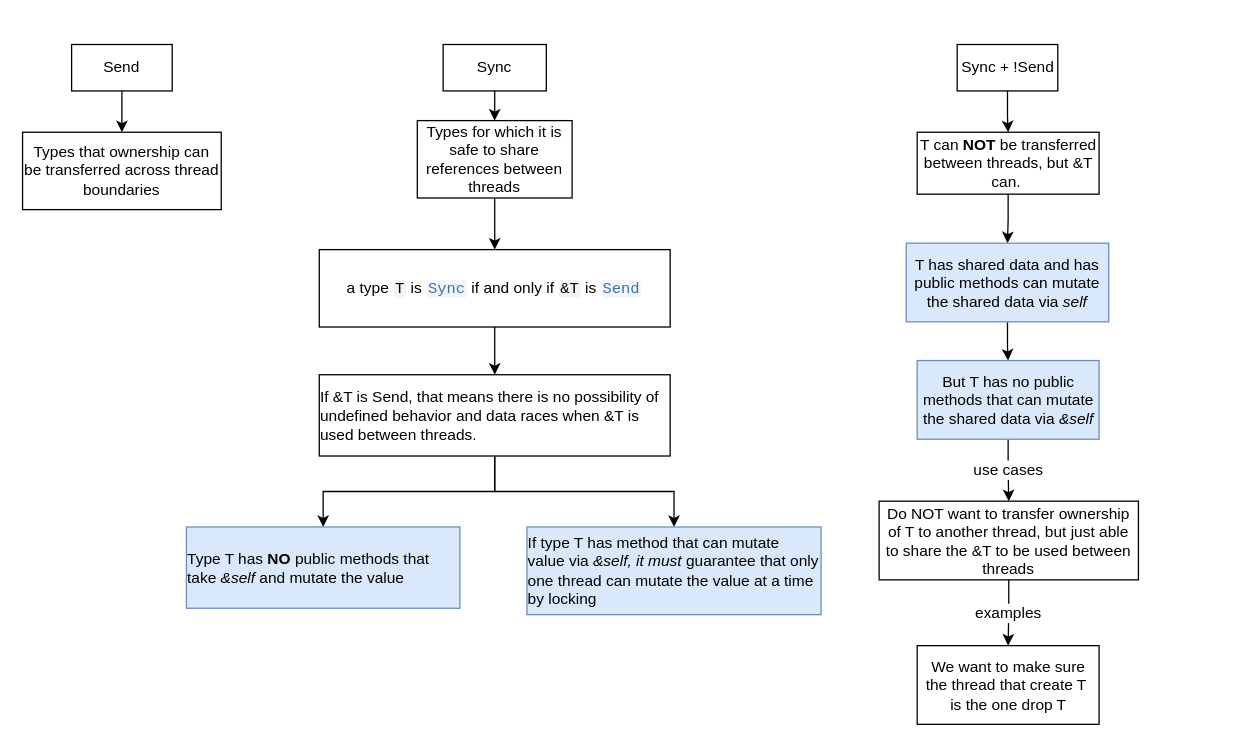
The draw.io diagram page "Send & Sync" (2 of 2) of Rustonomicon.drawio in gftea/rust_lang_notes, before the edit. Source tidied: cells renumbered, new cells numbered last; positions are measured from the earlier drawing's top-left corner, leaving out a move shared by most shapes. Both pictures are drawn from the tidied source at 129%, with x=0, y=0 at pixel (22, 44).
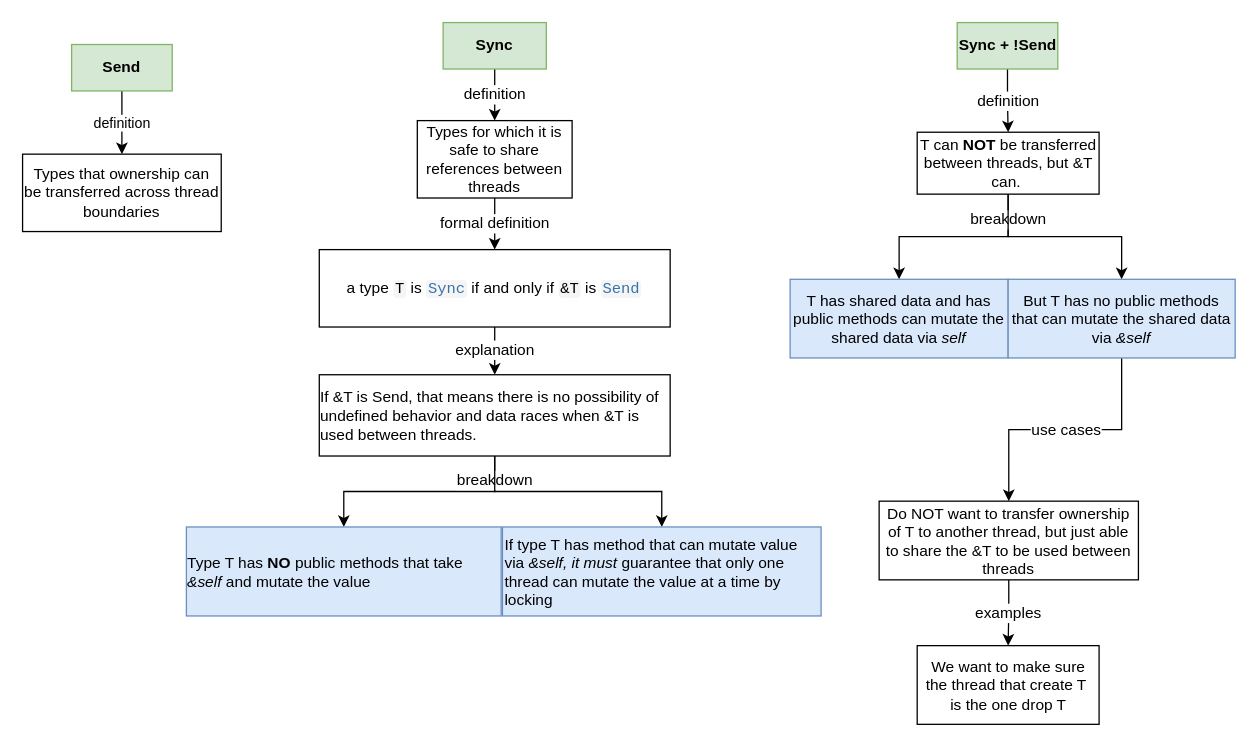
Above is the later version.

The change refers to these unchanged cells:
```xml
<mxCell id="8" value="&lt;span style=&quot;text-align: start;&quot;&gt;&lt;font style=&quot;font-size: 12px;&quot;&gt;Types for which it is safe to share references between threads&lt;/font&gt;&lt;/span&gt;" style="rounded=0;whiteSpace=wrap;html=1;" parent="1" vertex="1">
  <mxGeometry x="306" y="59" width="120" height="60" as="geometry" />
</mxCell>
<mxCell id="10" value="&lt;font style=&quot;font-size: 12px;&quot;&gt;&lt;span style=&quot;text-align: start;&quot;&gt;a type&amp;nbsp;&lt;/span&gt;&lt;code style=&quot;box-sizing: border-box; border-radius: 3px; padding: 0px 0.125em; background-color: rgb(245, 245, 245); text-align: start;&quot;&gt;T&lt;/code&gt;&lt;span style=&quot;text-align: start;&quot;&gt;&amp;nbsp;is&amp;nbsp;&lt;/span&gt;&lt;a style=&quot;box-sizing: border-box; background-image: initial; background-position: initial; background-size: initial; background-repeat: initial; background-attachment: initial; background-origin: initial; background-clip: initial; text-decoration-line: none; color: rgb(56, 115, 173); text-align: start;&quot; title=&quot;Sync&quot; href=&quot;https://doc.rust-lang.org/std/marker/trait.Sync.html&quot;&gt;&lt;code style=&quot;box-sizing: border-box; border-radius: 3px; padding: 0px 0.125em; background-color: rgb(245, 245, 245);&quot;&gt;Sync&lt;/code&gt;&lt;/a&gt;&lt;span style=&quot;text-align: start;&quot;&gt;&amp;nbsp;if and only if&amp;nbsp;&lt;/span&gt;&lt;code style=&quot;box-sizing: border-box; border-radius: 3px; padding: 0px 0.125em; background-color: rgb(245, 245, 245); text-align: start;&quot;&gt;&amp;amp;T&lt;/code&gt;&lt;span style=&quot;text-align: start;&quot;&gt;&amp;nbsp;is&amp;nbsp;&lt;/span&gt;&lt;a style=&quot;box-sizing: border-box; background-image: initial; background-position: initial; background-size: initial; background-repeat: initial; background-attachment: initial; background-origin: initial; background-clip: initial; text-decoration-line: none; color: rgb(56, 115, 173); text-align: start;&quot; title=&quot;Send&quot; href=&quot;https://doc.rust-lang.org/std/marker/trait.Send.html&quot;&gt;&lt;code style=&quot;box-sizing: border-box; border-radius: 3px; padding: 0px 0.125em; background-color: rgb(245, 245, 245);&quot;&gt;Send&lt;/code&gt;&lt;/a&gt;&lt;/font&gt;" style="rounded=0;whiteSpace=wrap;html=1;" parent="1" vertex="1">
  <mxGeometry x="230" y="159" width="272" height="60" as="geometry" />
</mxCell>
<mxCell id="13" value="&lt;div style=&quot;text-align: start;&quot;&gt;If &amp;amp;T is Send, that means there is no possibility of undefined behavior and data races when &amp;amp;T is used between threads.&amp;nbsp;&lt;/div&gt;" style="rounded=0;whiteSpace=wrap;html=1;" parent="1" vertex="1">
  <mxGeometry x="230" y="256" width="272" height="63" as="geometry" />
</mxCell>
<mxCell id="20" value="T can&amp;nbsp;&lt;b&gt;NOT&amp;nbsp;&lt;/b&gt;be transferred between threads, but &amp;amp;T can.&amp;nbsp;" style="rounded=0;whiteSpace=wrap;html=1;" parent="1" vertex="1">
  <mxGeometry x="693.5" y="68" width="141" height="48" as="geometry" />
</mxCell>
```

Change to the diagram source:
```diff
@@
-    <mxCell id="2" style="edgeStyle=orthogonalEdgeStyle;rounded=0;jettySize=auto;html=1;" parent="1" edge="1" source="3" target="4">
+    <mxCell id="2" value="definition" style="edgeStyle=orthogonalEdgeStyle;rounded=0;jettySize=auto;html=1;" parent="1" edge="1" source="3" target="4">
       <mxGeometry relative="1" as="geometry" />
     </mxCell>
-    <mxCell id="3" value="Send" style="rounded=0;whiteSpace=wrap;html=1;" parent="1" vertex="1">
+    <mxCell id="3" value="Send" style="rounded=0;whiteSpace=wrap;html=1;fillColor=#d5e8d4;strokeColor=#82b366;fontStyle=1;" parent="1" vertex="1">
       <mxGeometry x="38" width="78" height="36" as="geometry" />
     </mxCell>
     <mxCell id="4" value="&lt;span style=&quot;text-align: start;&quot;&gt;&lt;font style=&quot;font-size: 12px;&quot;&gt;Types that ownership can be transferred across thread boundaries&lt;/font&gt;&lt;/span&gt;" style="rounded=0;whiteSpace=wrap;html=1;" parent="1" vertex="1">
-      <mxGeometry y="68" width="154" height="60" as="geometry" />
+      <mxGeometry y="85" width="154" height="60" as="geometry" />
     </mxCell>
-    <mxCell id="5" style="edgeStyle=orthogonalEdgeStyle;rounded=0;jettySize=auto;html=1;fontSize=12;fontColor=#000000;" parent="1" edge="1" source="6" target="8">
+    <mxCell id="5" value="definition" style="edgeStyle=orthogonalEdgeStyle;rounded=0;jettySize=auto;html=1;fontSize=12;fontColor=#000000;" parent="1" edge="1" source="6" target="8">
       <mxGeometry relative="1" as="geometry" />
     </mxCell>
-    <mxCell id="6" value="Sync" style="rounded=0;whiteSpace=wrap;html=1;" parent="1" vertex="1">
-      <mxGeometry x="326" width="80" height="36" as="geometry" />
+    <mxCell id="6" value="Sync" style="rounded=0;whiteSpace=wrap;html=1;fillColor=#d5e8d4;strokeColor=#82b366;fontStyle=1;" parent="1" vertex="1">
+      <mxGeometry x="326" y="-17" width="80" height="36" as="geometry" />
     </mxCell>
-    <mxCell id="7" style="edgeStyle=orthogonalEdgeStyle;rounded=0;jettySize=auto;html=1;fontSize=12;fontColor=#000000;" parent="1" edge="1" source="8" target="10">
+    <mxCell id="7" value="formal definition" style="edgeStyle=orthogonalEdgeStyle;rounded=0;jettySize=auto;html=1;fontSize=12;fontColor=#000000;" parent="1" edge="1" source="8" target="10">
       <mxGeometry relative="1" as="geometry" />
     </mxCell>
@@
-    <mxCell id="9" style="edgeStyle=orthogonalEdgeStyle;rounded=0;jettySize=auto;html=1;fontSize=12;" parent="1" edge="1" source="10" target="13">
+    <mxCell id="9" value="explanation" style="edgeStyle=orthogonalEdgeStyle;rounded=0;jettySize=auto;html=1;fontSize=12;" parent="1" edge="1" source="10" target="13">
       <mxGeometry relative="1" as="geometry" />
     </mxCell>
@@
-    <mxCell id="11" style="edgeStyle=orthogonalEdgeStyle;rounded=0;jettySize=auto;html=1;fontSize=12;fontColor=#FF0000;" parent="1" edge="1" source="13" target="14">
-      <mxGeometry relative="1" as="geometry" />
+    <mxCell id="11" value="&lt;font color=&quot;#000000&quot;&gt;breakdown&lt;/font&gt;" style="edgeStyle=orthogonalEdgeStyle;rounded=0;jettySize=auto;html=1;fontSize=12;fontColor=#FF0000;" parent="1" edge="1" source="13" target="14">
+      <mxGeometry x="-0.78" relative="1" as="geometry" />
     </mxCell>
@@
     <mxCell id="14" value="&lt;div style=&quot;text-align: start;&quot;&gt;Type T has &lt;b style=&quot;&quot;&gt;NO&amp;nbsp;&lt;/b&gt;public methods that take &lt;i style=&quot;&quot;&gt;&amp;amp;self &lt;/i&gt;and mutate the value&amp;nbsp;&amp;nbsp;&lt;br&gt;&lt;/div&gt;" style="rounded=0;whiteSpace=wrap;html=1;fillColor=#dae8fc;strokeColor=#6c8ebf;" parent="1" vertex="1">
-      <mxGeometry x="127" y="374" width="212" height="63" as="geometry" />
+      <mxGeometry x="127" y="374" width="244" height="69" as="geometry" />
     </mxCell>
-    <mxCell id="15" value="&lt;div style=&quot;text-align: start;&quot;&gt;If type T has method that can mutate value via &lt;i style=&quot;&quot;&gt;&amp;amp;self, it must&lt;/i&gt; guarantee that only one thread can mutate the value at a time by locking&lt;/div&gt;" style="rounded=0;whiteSpace=wrap;html=1;fillColor=#dae8fc;strokeColor=#6c8ebf;" parent="1" vertex="1">
-      <mxGeometry x="391" y="374" width="228" height="68" as="geometry" />
+    <mxCell id="15" value="&lt;div style=&quot;&quot;&gt;If type T has method that can mutate value via &lt;i style=&quot;&quot;&gt;&amp;amp;self, it must&lt;/i&gt; guarantee that only one thread can mutate the value at a time by locking&lt;/div&gt;" style="rounded=0;whiteSpace=wrap;html=1;fillColor=#dae8fc;strokeColor=#6c8ebf;align=left;" parent="1" vertex="1">
+      <mxGeometry x="372" y="374" width="247" height="69" as="geometry" />
     </mxCell>
-    <mxCell id="16" style="edgeStyle=orthogonalEdgeStyle;rounded=0;jettySize=auto;html=1;fontSize=12;fontColor=#000000;" parent="1" edge="1" source="17" target="20">
+    <mxCell id="16" value="definition" style="edgeStyle=orthogonalEdgeStyle;rounded=0;jettySize=auto;html=1;fontSize=12;fontColor=#000000;" parent="1" edge="1" source="17" target="20">
       <mxGeometry relative="1" as="geometry" />
     </mxCell>
-    <mxCell id="17" value="Sync + !Send" style="rounded=0;whiteSpace=wrap;html=1;" parent="1" vertex="1">
-      <mxGeometry x="724.5" width="78" height="36" as="geometry" />
+    <mxCell id="17" value="Sync + !Send" style="rounded=0;whiteSpace=wrap;html=1;fillColor=#d5e8d4;strokeColor=#82b366;fontStyle=1;" parent="1" vertex="1">
+      <mxGeometry x="724.5" y="-17" width="78" height="36" as="geometry" />
     </mxCell>
-    <mxCell id="18" style="edgeStyle=orthogonalEdgeStyle;rounded=0;jettySize=auto;html=1;fontSize=12;fontColor=#000000;" parent="1" edge="1" source="20" target="21">
-      <mxGeometry relative="1" as="geometry" />
+    <mxCell id="18" value="breakdown" style="edgeStyle=orthogonalEdgeStyle;rounded=0;jettySize=auto;html=1;fontSize=12;fontColor=#000000;" parent="1" edge="1" source="20" target="21">
+      <mxGeometry x="-0.73" relative="1" as="geometry" />
     </mxCell>
-    <mxCell id="19" style="edgeStyle=orthogonalEdgeStyle;rounded=0;jettySize=auto;html=1;fontFamily=Helvetica;fontSize=12;fontColor=#000000;exitX=0.5;exitY=1;exitDx=0;exitDy=0;" parent="1" edge="1" source="21" target="23">
+    <mxCell id="19" style="edgeStyle=orthogonalEdgeStyle;rounded=0;jettySize=auto;html=1;fontFamily=Helvetica;fontSize=12;fontColor=#000000;exitX=0.5;exitY=1;exitDx=0;exitDy=0;" parent="1" edge="1" source="20" target="23">
       <mxGeometry relative="1" as="geometry" />
     </mxCell>
@@
     <mxCell id="21" value="T has shared data and has public methods can mutate the shared data via &lt;i&gt;self&lt;/i&gt;" style="rounded=0;whiteSpace=wrap;html=1;fillColor=#dae8fc;strokeColor=#6c8ebf;" parent="1" vertex="1">
-      <mxGeometry x="685" y="154" width="157" height="61" as="geometry" />
+      <mxGeometry x="595" y="182" width="169" height="61" as="geometry" />
     </mxCell>
@@
     <mxCell id="23" value="But T has no public methods that can mutate the shared data via &lt;i&gt;&amp;amp;self&lt;/i&gt;" style="rounded=0;whiteSpace=wrap;html=1;fillColor=#dae8fc;strokeColor=#6c8ebf;" parent="1" vertex="1">
-      <mxGeometry x="693.5" y="245" width="141" height="61" as="geometry" />
+      <mxGeometry x="764" y="182" width="176" height="61" as="geometry" />
     </mxCell>
```
